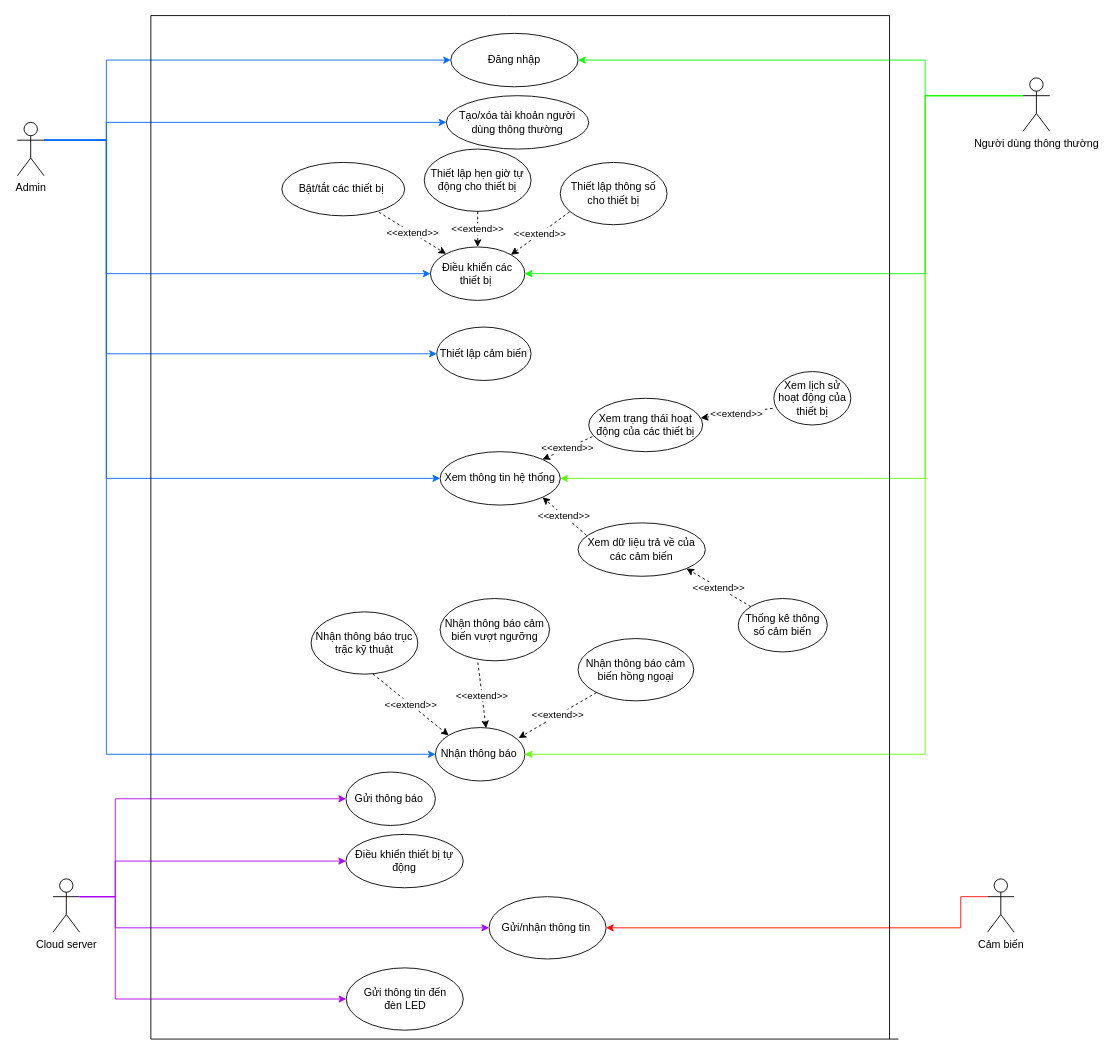
The draw.io diagram Week 2/Use case diagram.drawio in astr0tas/Smart-Home-CNPM, before the edit. Source tidied: cells renumbered, new cells numbered last; positions are measured from the earlier drawing's top-left corner, leaving out a move shared by most shapes. Both pictures are drawn from the tidied source at 89%, with x=0, y=0 at pixel (17, 15).
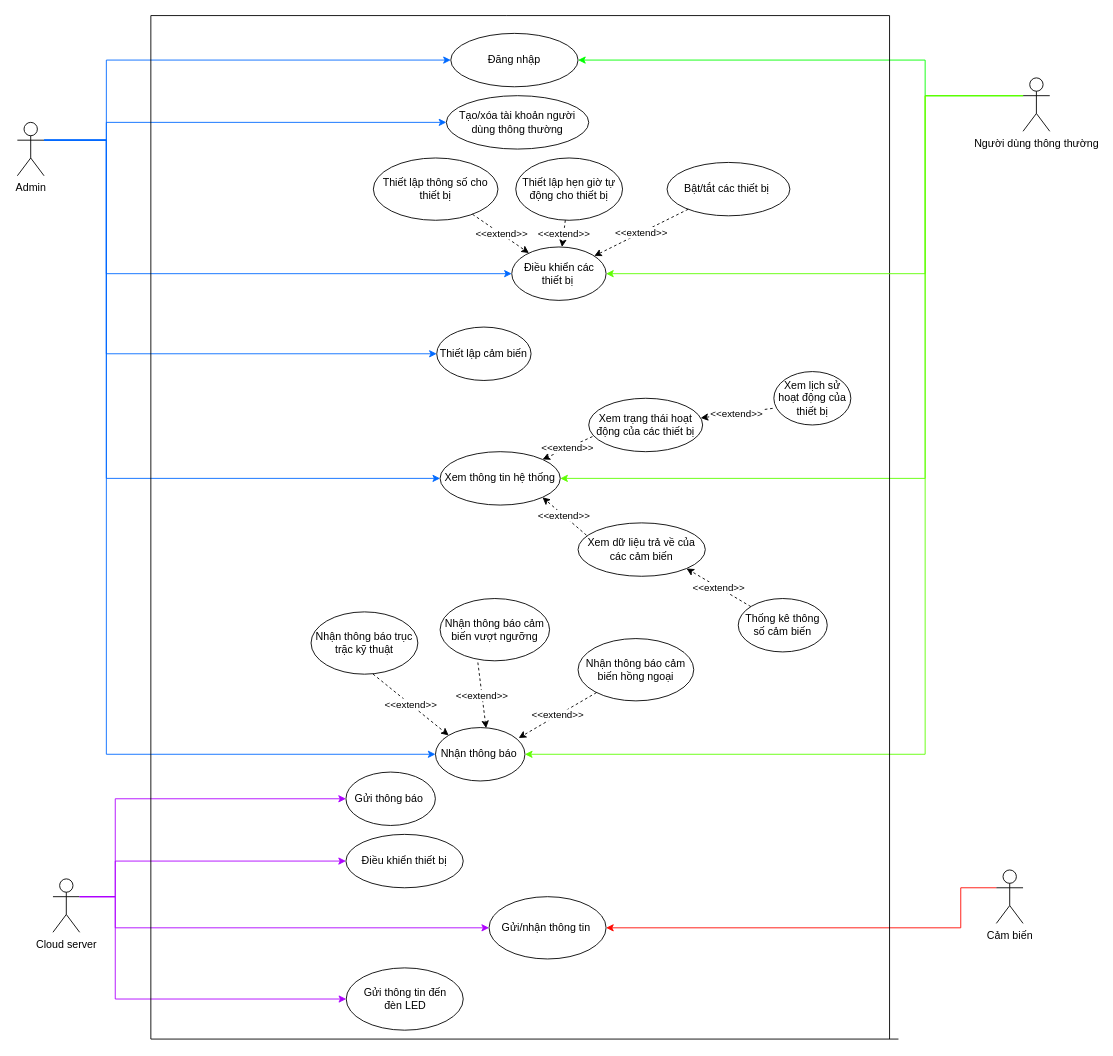
The same page after the edit.

Unchanged cells that the change refers to:
```xml
<mxCell id="12" value="Người dùng thông thường" style="shape=umlActor;verticalLabelPosition=bottom;verticalAlign=top;html=1;outlineConnect=0;" parent="1" vertex="1">
  <mxGeometry x="1130" y="70" width="30" height="60" as="geometry" />
</mxCell>
<mxCell id="37" value="Nhận thông báo&amp;nbsp;" style="ellipse;whiteSpace=wrap;html=1;" parent="1" vertex="1">
  <mxGeometry x="469.8" y="800" width="100.5" height="60" as="geometry" />
</mxCell>
```

Diff of the diagram source:
```diff
@@
     <mxCell id="5" value="Điều khiển các thiết bị&amp;nbsp;" style="ellipse;whiteSpace=wrap;html=1;" parent="1" vertex="1">
-      <mxGeometry x="464.2" y="260" width="106" height="60" as="geometry" />
+      <mxGeometry x="555.5" y="260" width="106" height="60" as="geometry" />
     </mxCell>
     <mxCell id="6" value="Bật/tắt các thiết bị&amp;nbsp;" style="ellipse;whiteSpace=wrap;html=1;" parent="1" vertex="1">
-      <mxGeometry x="297.2" y="165" width="138" height="60" as="geometry" />
+      <mxGeometry x="730" y="165" width="138" height="60" as="geometry" />
     </mxCell>
     <mxCell id="7" value="Thiết lập hẹn giờ tự động cho thiết bị" style="ellipse;whiteSpace=wrap;html=1;" parent="1" vertex="1">
-      <mxGeometry x="457.2" y="150" width="120" height="70" as="geometry" />
+      <mxGeometry x="560" y="160" width="120" height="70" as="geometry" />
     </mxCell>
@@
     <mxCell id="11" value="Cảm biến" style="shape=umlActor;verticalLabelPosition=bottom;verticalAlign=top;html=1;outlineConnect=0;" parent="1" vertex="1">
-      <mxGeometry x="1090" y="970" width="30" height="60" as="geometry" />
+      <mxGeometry x="1100" y="960" width="30" height="60" as="geometry" />
     </mxCell>
@@
-    <mxCell id="14" value="&amp;lt;&amp;lt;extend&amp;gt;&amp;gt;" style="endArrow=classic;html=1;rounded=0;exitX=0.79;exitY=0.933;exitDx=0;exitDy=0;exitPerimeter=0;dashed=1;" parent="1" edge="1" source="6" target="5">
+    <mxCell id="14" value="&amp;lt;&amp;lt;extend&amp;gt;&amp;gt;" style="endArrow=classic;html=1;rounded=0;dashed=1;" parent="1" edge="1" source="6" target="5">
       <mxGeometry relative="1" as="geometry" />
     </mxCell>
-    <mxCell id="15" value="&amp;lt;&amp;lt;extend&amp;gt;&amp;gt;" style="endArrow=classic;html=1;rounded=0;exitX=0.5;exitY=1;exitDx=0;exitDy=0;dashed=1;entryX=0.5;entryY=0;entryDx=0;entryDy=0;" parent="1" edge="1" source="7" target="5">
+    <mxCell id="15" value="&amp;lt;&amp;lt;extend&amp;gt;&amp;gt;" style="endArrow=classic;html=1;rounded=0;dashed=1;" parent="1" edge="1" source="7" target="5">
       <mxGeometry relative="1" as="geometry" />
     </mxCell>
@@
     <mxCell id="18" value="Thiết lập thông số cho thiết bị" style="ellipse;whiteSpace=wrap;html=1;" parent="1" vertex="1">
-      <mxGeometry x="610" y="165" width="120" height="70" as="geometry" />
+      <mxGeometry x="400" y="160" width="140" height="70" as="geometry" />
     </mxCell>
-    <mxCell id="19" value="&amp;lt;&amp;lt;extend&amp;gt;&amp;gt;" style="endArrow=classic;html=1;rounded=0;exitX=0.087;exitY=0.794;exitDx=0;exitDy=0;exitPerimeter=0;dashed=1;entryX=1;entryY=0;entryDx=0;entryDy=0;" parent="1" edge="1" source="18" target="5">
+    <mxCell id="19" value="&amp;lt;&amp;lt;extend&amp;gt;&amp;gt;" style="endArrow=classic;html=1;rounded=0;dashed=1;" parent="1" edge="1" source="18" target="5">
       <mxGeometry relative="1" as="geometry" />
     </mxCell>
@@
-    <mxCell id="28" style="endArrow=classic;html=1;rounded=0;strokeColor=#5eff00;exitX=0;exitY=0.3333333333333333;exitDx=0;exitDy=0;exitPerimeter=0;entryX=1;entryY=0.5;entryDx=0;entryDy=0;edgeStyle=orthogonalEdgeStyle;" parent="1" edge="1" source="12" target="37">
+    <mxCell id="28" style="endArrow=classic;html=1;rounded=0;strokeColor=#5EFF00;exitX=0;exitY=0.3333333333333333;exitDx=0;exitDy=0;exitPerimeter=0;entryX=1;entryY=0.5;entryDx=0;entryDy=0;edgeStyle=orthogonalEdgeStyle;" parent="1" edge="1" source="12" target="37">
       <mxGeometry relative="1" as="geometry">
         <Array as="points">
           <mxPoint x="1020" y="90" />
           <mxPoint x="1020" y="830" />
         </Array>
       </mxGeometry>
     </mxCell>
@@
-    <mxCell id="36" value="Điều khiển thiết bị tự động" style="ellipse;whiteSpace=wrap;html=1;" parent="1" vertex="1">
+    <mxCell id="36" value="Điều khiển thiết bị" style="ellipse;whiteSpace=wrap;html=1;" parent="1" vertex="1">
       <mxGeometry x="369.2" y="920" width="131.8" height="60" as="geometry" />
     </mxCell>
@@
-    <mxCell id="48" style="endArrow=classic;html=1;rounded=0;exitX=0;exitY=0.3333333333333333;exitDx=0;exitDy=0;exitPerimeter=0;entryX=1;entryY=0.5;entryDx=0;entryDy=0;edgeStyle=orthogonalEdgeStyle;fillColor=#008a00;strokeColor=#00ff00;" parent="1" edge="1" source="12" target="5">
-      <mxGeometry relative="1" as="geometry">
-        <Array as="points">
-          <mxPoint x="1020" y="90" />
-          <mxPoint x="1020" y="290" />
-        </Array>
-      </mxGeometry>
-    </mxCell>
@@
+    <mxCell id="48" style="endArrow=classic;html=1;rounded=0;exitX=0;exitY=0.3333333333333333;exitDx=0;exitDy=0;exitPerimeter=0;entryX=1;entryY=0.5;entryDx=0;entryDy=0;strokeColor=#5EFF00;edgeStyle=orthogonalEdgeStyle;" parent="1" edge="1" source="12" target="5">
+      <mxGeometry relative="1" as="geometry">
+        <Array as="points">
+          <mxPoint x="1020" y="90" />
+          <mxPoint x="1020" y="290" />
+        </Array>
+      </mxGeometry>
+    </mxCell>
```
